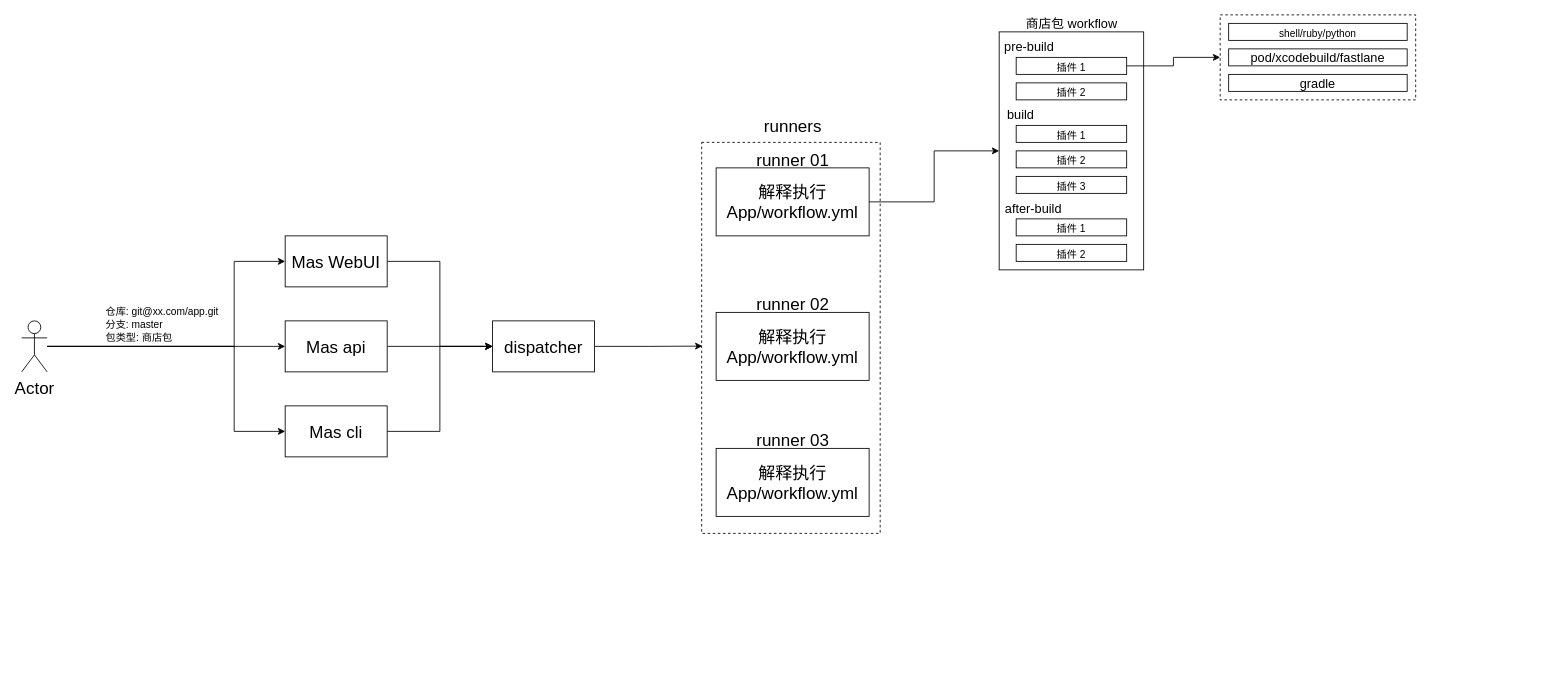
The draw.io diagram page "Page-4" (4 of 4) of Untitled Diagram.drawio in chutaiyangxiayutian/mlanes, before the edit. Source tidied: cells renumbered, new cells numbered last; positions are measured from the earlier drawing's top-left corner, leaving out a move shared by most shapes. Both pictures are drawn from the tidied source at 85%, with x=0, y=0 at pixel (21, 14).
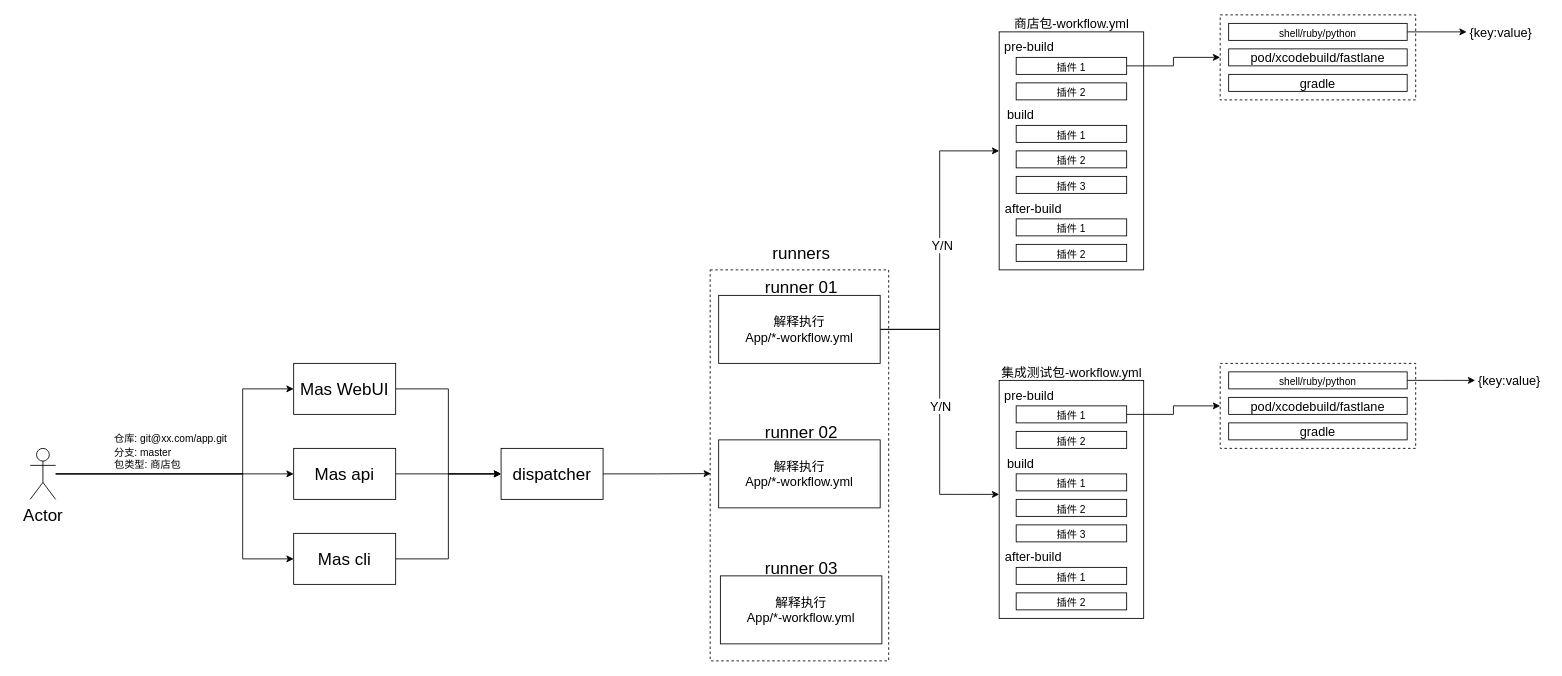
Above is the later version.

Unchanged cells that the change refers to:
```xml
<mxCell id="25" style="rounded=0;whiteSpace=wrap;html=1;fontSize=20;align=center;" parent="1" vertex="1">
  <mxGeometry x="1150" y="20" width="170" height="280" as="geometry" />
</mxCell>
<mxCell id="38" value="&lt;font style=&quot;font-size: 12px&quot;&gt;shell/&lt;/font&gt;&lt;span style=&quot;font-size: 12px&quot;&gt;ruby/python&lt;/span&gt;" style="rounded=0;whiteSpace=wrap;html=1;fontSize=15;align=center;" parent="1" vertex="1">
  <mxGeometry x="1420" y="10" width="210" height="20" as="geometry" />
</mxCell>
```

The edit, as a diff of the source:
```diff
@@
     <mxCell id="3" style="rounded=0;whiteSpace=wrap;html=1;fontSize=20;align=center;dashed=1;" parent="1" vertex="1">
-      <mxGeometry x="800" y="150" width="210" height="460" as="geometry" />
+      <mxGeometry x="810" y="300" width="210" height="460" as="geometry" />
     </mxCell>
@@
     <mxCell id="5" style="edgeStyle=orthogonalEdgeStyle;rounded=0;jettySize=auto;html=1;entryX=0;entryY=0.5;entryDx=0;entryDy=0;fontSize=20;" parent="1" edge="1" source="7" target="9">
       <mxGeometry relative="1" as="geometry">
         <Array as="points">
-          <mxPoint x="250" y="390" />
-          <mxPoint x="250" y="290" />
+          <mxPoint x="260" y="540" />
+          <mxPoint x="260" y="440" />
         </Array>
       </mxGeometry>
     </mxCell>
     <mxCell id="6" style="edgeStyle=orthogonalEdgeStyle;rounded=0;jettySize=auto;html=1;entryX=0;entryY=0.5;entryDx=0;entryDy=0;fontSize=20;" parent="1" edge="1" source="7" target="11">
       <mxGeometry relative="1" as="geometry">
         <Array as="points">
-          <mxPoint x="250" y="390" />
-          <mxPoint x="250" y="490" />
+          <mxPoint x="260" y="540" />
+          <mxPoint x="260" y="640" />
         </Array>
       </mxGeometry>
     </mxCell>
     <mxCell id="7" value="Actor" style="shape=umlActor;verticalLabelPosition=bottom;verticalAlign=top;html=1;outlineConnect=0;fontSize=20;" parent="1" vertex="1">
-      <mxGeometry y="360" width="30" height="60" as="geometry" />
+      <mxGeometry x="10" y="510" width="30" height="60" as="geometry" />
     </mxCell>
@@
     <mxCell id="9" value="Mas WebUI" style="rounded=0;whiteSpace=wrap;html=1;fontSize=20;" parent="1" vertex="1">
-      <mxGeometry x="310" y="260" width="120" height="60" as="geometry" />
+      <mxGeometry x="320" y="410" width="120" height="60" as="geometry" />
     </mxCell>
@@
     <mxCell id="11" value="Mas cli" style="rounded=0;whiteSpace=wrap;html=1;fontSize=20;" parent="1" vertex="1">
-      <mxGeometry x="310" y="460" width="120" height="60" as="geometry" />
+      <mxGeometry x="320" y="610" width="120" height="60" as="geometry" />
     </mxCell>
@@
     <mxCell id="13" value="Mas api" style="rounded=0;whiteSpace=wrap;html=1;fontSize=20;" parent="1" vertex="1">
-      <mxGeometry x="310" y="360" width="120" height="60" as="geometry" />
+      <mxGeometry x="320" y="510" width="120" height="60" as="geometry" />
     </mxCell>
     <mxCell id="14" value="&lt;div style=&quot;text-align: left&quot;&gt;&lt;span style=&quot;font-size: 12px&quot;&gt;仓库: git&lt;/span&gt;&lt;font style=&quot;font-size: 12px&quot;&gt;@xx.com/app.git&lt;/font&gt;&lt;/div&gt;&lt;font style=&quot;font-size: 12px&quot;&gt;&lt;div style=&quot;text-align: left&quot;&gt;&lt;span&gt;分支: master&lt;/span&gt;&lt;/div&gt;&lt;div style=&quot;text-align: left&quot;&gt;&lt;span&gt;包类型: 商店包&lt;/span&gt;&lt;/div&gt;&lt;/font&gt;" style="text;html=1;align=center;verticalAlign=middle;strokeColor=none;fillColor=none;fontSize=20;" parent="1" vertex="1">
-      <mxGeometry x="90" y="320" width="150" height="80" as="geometry" />
+      <mxGeometry x="100" y="470" width="150" height="80" as="geometry" />
     </mxCell>
@@
     <mxCell id="16" value="dispatcher" style="rounded=0;whiteSpace=wrap;html=1;fontSize=20;" parent="1" vertex="1">
-      <mxGeometry x="554" y="360" width="120" height="60" as="geometry" />
+      <mxGeometry x="564" y="510" width="120" height="60" as="geometry" />
     </mxCell>
+    <mxCell id="41" style="edgeStyle=orthogonalEdgeStyle;rounded=0;jettySize=auto;html=1;entryX=0;entryY=0.479;entryDx=0;entryDy=0;entryPerimeter=0;fontSize=15;" parent="1" edge="1" source="18" target="46">
+      <mxGeometry relative="1" as="geometry" />
+    </mxCell>
+    <mxCell id="42" value="Y/N" style="edgeLabel;html=1;align=center;verticalAlign=middle;fontSize=15;" parent="41" vertex="1">
+      <mxGeometry x="-0.05" relative="1" as="geometry" />
+    </mxCell>
-    <mxCell id="17" style="edgeStyle=orthogonalEdgeStyle;rounded=0;jettySize=auto;html=1;fontSize=12;" parent="1" edge="1" source="18" target="25">
+    <mxCell id="17" style="edgeStyle=orthogonalEdgeStyle;rounded=0;jettySize=auto;html=1;entryX=0;entryY=0.5;entryDx=0;entryDy=0;fontSize=15;" parent="1" edge="1" source="18" target="25">
       <mxGeometry relative="1" as="geometry" />
     </mxCell>
+    <mxCell id="43" value="Y/N" style="edgeLabel;html=1;align=center;verticalAlign=middle;fontSize=15;" parent="17" vertex="1">
+      <mxGeometry x="-0.03" y="-1" relative="1" as="geometry">
+        <mxPoint x="1" as="offset" />
+      </mxGeometry>
+    </mxCell>
-    <mxCell id="18" value="&lt;font style=&quot;font-size: 20px&quot;&gt;解释执行 App/workflow.yml&lt;/font&gt;" style="rounded=0;whiteSpace=wrap;html=1;fontSize=12;align=center;" parent="1" vertex="1">
-      <mxGeometry x="817" y="180" width="180" height="80" as="geometry" />
+    <mxCell id="18" value="&lt;font style=&quot;font-size: 15px&quot;&gt;解释执行 &lt;br&gt;App/*-workflow.yml&lt;/font&gt;" style="rounded=0;whiteSpace=wrap;html=1;fontSize=12;align=center;" parent="1" vertex="1">
+      <mxGeometry x="820" y="330" width="190" height="80" as="geometry" />
     </mxCell>
     <mxCell id="19" value="&lt;span style=&quot;font-size: 20px&quot;&gt;runner 01&lt;/span&gt;" style="text;html=1;align=center;verticalAlign=middle;strokeColor=none;fillColor=none;fontSize=12;" parent="1" vertex="1">
-      <mxGeometry x="857" y="160" width="100" height="20" as="geometry" />
+      <mxGeometry x="867" y="310" width="100" height="20" as="geometry" />
     </mxCell>
-    <mxCell id="20" value="&lt;font style=&quot;font-size: 20px&quot;&gt;解释执行 App/workflow.yml&lt;/font&gt;" style="rounded=0;whiteSpace=wrap;html=1;fontSize=12;align=center;" parent="1" vertex="1">
-      <mxGeometry x="817" y="350" width="180" height="80" as="geometry" />
-    </mxCell>
     <mxCell id="21" value="&lt;span style=&quot;font-size: 20px&quot;&gt;runner 02&lt;/span&gt;" style="text;html=1;align=center;verticalAlign=middle;strokeColor=none;fillColor=none;fontSize=12;" parent="1" vertex="1">
-      <mxGeometry x="857" y="330" width="100" height="20" as="geometry" />
+      <mxGeometry x="867" y="480" width="100" height="20" as="geometry" />
     </mxCell>
-    <mxCell id="22" value="&lt;font style=&quot;font-size: 20px&quot;&gt;解释执行 App/workflow.yml&lt;/font&gt;" style="rounded=0;whiteSpace=wrap;html=1;fontSize=12;align=center;" parent="1" vertex="1">
-      <mxGeometry x="817" y="510" width="180" height="80" as="geometry" />
-    </mxCell>
     <mxCell id="23" value="&lt;span style=&quot;font-size: 20px&quot;&gt;runner 03&lt;/span&gt;" style="text;html=1;align=center;verticalAlign=middle;strokeColor=none;fillColor=none;fontSize=12;" parent="1" vertex="1">
-      <mxGeometry x="857" y="490" width="100" height="20" as="geometry" />
+      <mxGeometry x="867" y="640" width="100" height="20" as="geometry" />
     </mxCell>
     <mxCell id="24" value="&lt;span style=&quot;font-size: 20px&quot;&gt;runners&lt;/span&gt;" style="text;html=1;align=center;verticalAlign=middle;strokeColor=none;fillColor=none;fontSize=12;" parent="1" vertex="1">
-      <mxGeometry x="867" y="120" width="80" height="20" as="geometry" />
+      <mxGeometry x="877" y="270" width="80" height="20" as="geometry" />
     </mxCell>
@@
-    <mxCell id="37" value="&lt;font style=&quot;font-size: 15px&quot;&gt;商店包 workflow&lt;/font&gt;" style="text;html=1;align=center;verticalAlign=middle;strokeColor=none;fillColor=none;fontSize=12;" parent="1" vertex="1">
-      <mxGeometry x="1175" width="120" height="20" as="geometry" />
+    <mxCell id="37" value="&lt;font style=&quot;font-size: 15px&quot;&gt;商店包-workflow.yml&lt;/font&gt;" style="text;html=1;align=center;verticalAlign=middle;strokeColor=none;fillColor=none;fontSize=12;" parent="1" vertex="1">
+      <mxGeometry x="1160" width="150" height="20" as="geometry" />
     </mxCell>
+    <mxCell id="44" style="edgeStyle=orthogonalEdgeStyle;rounded=0;jettySize=auto;html=1;fontSize=15;" parent="1" edge="1" source="38">
+      <mxGeometry relative="1" as="geometry">
+        <mxPoint x="1700" y="20" as="targetPoint" />
+      </mxGeometry>
+    </mxCell>
@@
+    <mxCell id="45" style="rounded=0;whiteSpace=wrap;html=1;fontSize=20;align=center;dashed=1;" parent="1" vertex="1">
+      <mxGeometry x="1410" y="410" width="230" height="100" as="geometry" />
+    </mxCell>
+    <mxCell id="46" style="rounded=0;whiteSpace=wrap;html=1;fontSize=20;align=center;" parent="1" vertex="1">
+      <mxGeometry x="1150" y="430" width="170" height="280" as="geometry" />
+    </mxCell>
+    <mxCell id="47" value="&lt;font style=&quot;font-size: 15px&quot;&gt;pre-build&lt;/font&gt;" style="text;html=1;align=center;verticalAlign=middle;strokeColor=none;fillColor=none;fontSize=20;" parent="1" vertex="1">
+      <mxGeometry x="1150" y="430" width="70" height="30" as="geometry" />
+    </mxCell>
+    <mxCell id="48" style="edgeStyle=orthogonalEdgeStyle;rounded=0;jettySize=auto;html=1;fontSize=20;" parent="1" edge="1" source="49" target="45">
+      <mxGeometry relative="1" as="geometry" />
+    </mxCell>
+    <mxCell id="49" value="&lt;font style=&quot;font-size: 12px&quot;&gt;插件 1&lt;/font&gt;" style="rounded=0;whiteSpace=wrap;html=1;fontSize=15;align=center;" parent="1" vertex="1">
+      <mxGeometry x="1170" y="460" width="130" height="20" as="geometry" />
+    </mxCell>
+    <mxCell id="50" value="&lt;font style=&quot;font-size: 12px&quot;&gt;插件 2&lt;/font&gt;" style="rounded=0;whiteSpace=wrap;html=1;fontSize=15;align=center;" parent="1" vertex="1">
+      <mxGeometry x="1170" y="490" width="130" height="20" as="geometry" />
+    </mxCell>
+    <mxCell id="51" value="&lt;font style=&quot;font-size: 15px&quot;&gt;build&lt;/font&gt;" style="text;html=1;align=center;verticalAlign=middle;strokeColor=none;fillColor=none;fontSize=20;" parent="1" vertex="1">
+      <mxGeometry x="1150" y="510" width="50" height="30" as="geometry" />
+    </mxCell>
+    <mxCell id="52" value="&lt;font style=&quot;font-size: 12px&quot;&gt;插件 1&lt;/font&gt;" style="rounded=0;whiteSpace=wrap;html=1;fontSize=15;align=center;" parent="1" vertex="1">
+      <mxGeometry x="1170" y="540" width="130" height="20" as="geometry" />
+    </mxCell>
+    <mxCell id="53" value="&lt;font style=&quot;font-size: 12px&quot;&gt;插件 2&lt;/font&gt;" style="rounded=0;whiteSpace=wrap;html=1;fontSize=15;align=center;" parent="1" vertex="1">
+      <mxGeometry x="1170" y="570" width="130" height="20" as="geometry" />
+    </mxCell>
+    <mxCell id="54" value="&lt;font style=&quot;font-size: 12px&quot;&gt;插件 3&lt;/font&gt;" style="rounded=0;whiteSpace=wrap;html=1;fontSize=15;align=center;" parent="1" vertex="1">
+      <mxGeometry x="1170" y="600" width="130" height="20" as="geometry" />
+    </mxCell>
+    <mxCell id="55" value="&lt;font style=&quot;font-size: 15px&quot;&gt;after-build&lt;/font&gt;" style="text;html=1;align=center;verticalAlign=middle;strokeColor=none;fillColor=none;fontSize=20;" parent="1" vertex="1">
+      <mxGeometry x="1150" y="620" width="80" height="30" as="geometry" />
+    </mxCell>
+    <mxCell id="56" value="&lt;font style=&quot;font-size: 12px&quot;&gt;插件 1&lt;/font&gt;" style="rounded=0;whiteSpace=wrap;html=1;fontSize=15;align=center;" parent="1" vertex="1">
+      <mxGeometry x="1170" y="650" width="130" height="20" as="geometry" />
+    </mxCell>
+    <mxCell id="57" value="&lt;font style=&quot;font-size: 12px&quot;&gt;插件 2&lt;/font&gt;" style="rounded=0;whiteSpace=wrap;html=1;fontSize=15;align=center;" parent="1" vertex="1">
+      <mxGeometry x="1170" y="680" width="130" height="20" as="geometry" />
+    </mxCell>
+    <mxCell id="58" value="&lt;font style=&quot;font-size: 15px&quot;&gt;集成测试包-workflow.yml&lt;/font&gt;" style="text;html=1;align=center;verticalAlign=middle;strokeColor=none;fillColor=none;fontSize=12;" parent="1" vertex="1">
+      <mxGeometry x="1145" y="410" width="180" height="20" as="geometry" />
+    </mxCell>
+    <mxCell id="59" style="edgeStyle=orthogonalEdgeStyle;rounded=0;jettySize=auto;html=1;fontSize=15;" parent="1" edge="1" source="60">
+      <mxGeometry relative="1" as="geometry">
+        <mxPoint x="1710" y="430" as="targetPoint" />
+      </mxGeometry>
+    </mxCell>
+    <mxCell id="60" value="&lt;font style=&quot;font-size: 12px&quot;&gt;shell/&lt;/font&gt;&lt;span style=&quot;font-size: 12px&quot;&gt;ruby/python&lt;/span&gt;" style="rounded=0;whiteSpace=wrap;html=1;fontSize=15;align=center;" parent="1" vertex="1">
+      <mxGeometry x="1420" y="420" width="210" height="20" as="geometry" />
+    </mxCell>
+    <mxCell id="61" value="pod/xcodebuild/fastlane" style="rounded=0;whiteSpace=wrap;html=1;fontSize=15;align=center;" parent="1" vertex="1">
+      <mxGeometry x="1420" y="450" width="210" height="20" as="geometry" />
+    </mxCell>
+    <mxCell id="62" value="gradle" style="rounded=0;whiteSpace=wrap;html=1;fontSize=15;align=center;" parent="1" vertex="1">
+      <mxGeometry x="1420" y="480" width="210" height="20" as="geometry" />
+    </mxCell>
+    <mxCell id="63" value="{key:value}" style="text;html=1;align=center;verticalAlign=middle;strokeColor=none;fillColor=none;fontSize=15;" parent="1" vertex="1">
+      <mxGeometry x="1695" y="10" width="90" height="20" as="geometry" />
+    </mxCell>
+    <mxCell id="64" value="{key:value}" style="text;html=1;align=center;verticalAlign=middle;strokeColor=none;fillColor=none;fontSize=15;" parent="1" vertex="1">
+      <mxGeometry x="1705" y="420" width="90" height="20" as="geometry" />
+    </mxCell>
+    <mxCell id="65" value="&lt;font style=&quot;font-size: 15px&quot;&gt;解释执行 &lt;br&gt;App/*-workflow.yml&lt;/font&gt;" style="rounded=0;whiteSpace=wrap;html=1;fontSize=12;align=center;" parent="1" vertex="1">
+      <mxGeometry x="820" y="500" width="190" height="80" as="geometry" />
+    </mxCell>
+    <mxCell id="66" value="&lt;font style=&quot;font-size: 15px&quot;&gt;解释执行 &lt;br&gt;App/*-workflow.yml&lt;/font&gt;" style="rounded=0;whiteSpace=wrap;html=1;fontSize=12;align=center;" parent="1" vertex="1">
+      <mxGeometry x="822" y="660" width="190" height="80" as="geometry" />
+    </mxCell>
```
